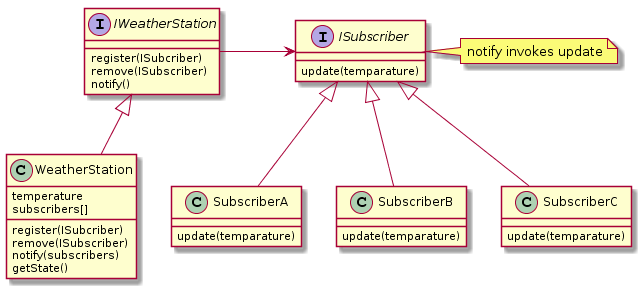
The PlantUML diagram observerpattern.png in swaminathanj/CompetitiveProgramming, before a commit.
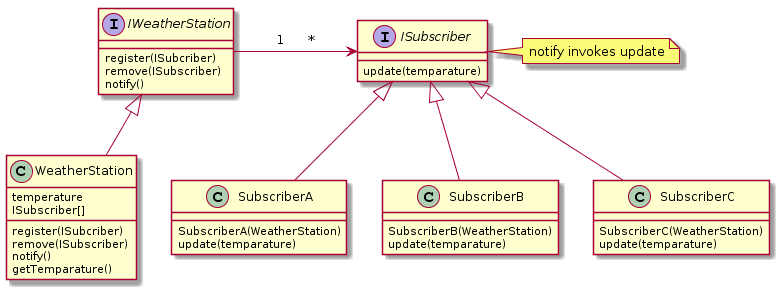
Above is the later version.

Change to the diagram source:
```diff
@@ -7,11 +7,11 @@
 
 class WeatherStation {
    temperature
-   subscribers[]
+   ISubscriber[]
    register(ISubcriber)
    remove(ISubscriber)
-   notify(subscribers)
-   getState()
+   notify()
+   getTemparature()
 }
 IWeatherStation <|-- WeatherStation
 
@@ -20,17 +20,20 @@
 }
 note right : notify invokes update
 
-IWeatherStation -right-> ISubscriber
+IWeatherStation -right-> ISubscriber : 1      *
 
 class SubscriberC {
+   SubscriberC(WeatherStation)
    update(temparature)
 }
 
 class SubscriberA {
+   SubscriberA(WeatherStation)
    update(temparature)
 }
 
 class SubscriberB {
+   SubscriberB(WeatherStation)
    update(temparature)
 }
 
```
